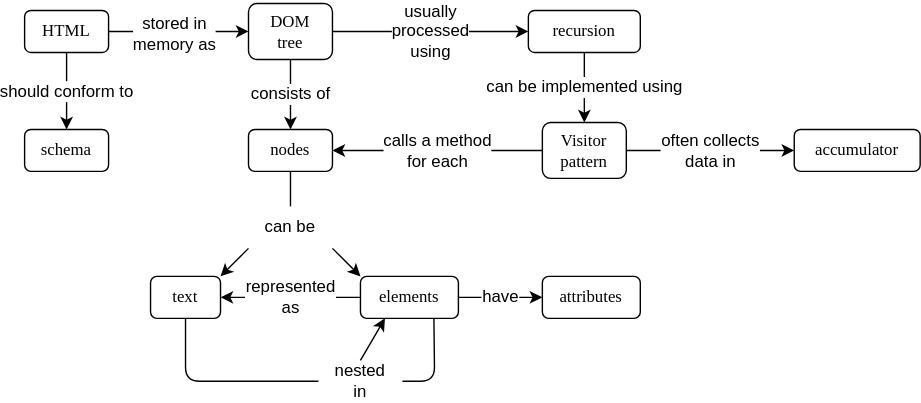
Above: docs/check/concept_map.svg in gvwilson/sdxpy (draw.io), before the change. Source tidied: cells renumbered, new cells last; positions are measured from the earlier drawing's top-left corner, leaving out a move shared by most shapes.
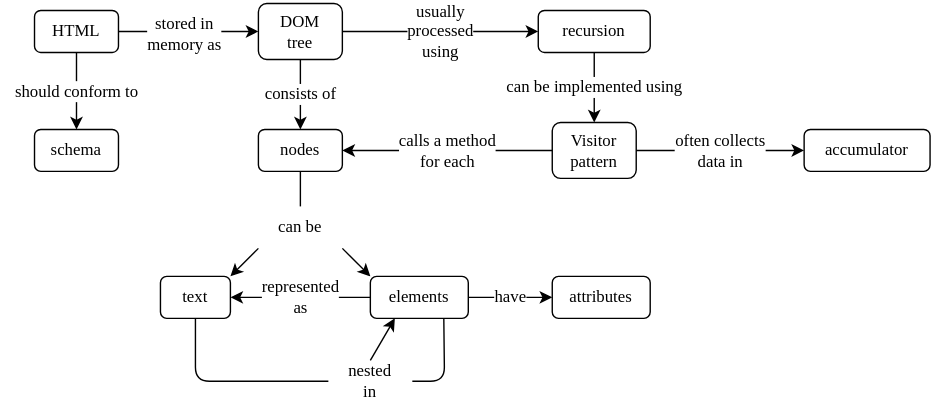
After the commit.

What changed in the source:
```diff
@@ -11,38 +11,38 @@
     <mxCell id="4" value="text" style="rounded=1;whiteSpace=wrap;html=1;fillColor=none;fontFamily=Verdana;" parent="1" vertex="1">
       <mxGeometry x="90" y="195" width="50" height="30" as="geometry" />
     </mxCell>
-    <mxCell id="5" value="can be" style="text;html=1;strokeColor=none;fillColor=none;align=center;verticalAlign=middle;whiteSpace=wrap;rounded=0;" parent="1" vertex="1">
+    <mxCell id="5" value="can be" style="text;html=1;strokeColor=none;fillColor=none;align=center;verticalAlign=middle;whiteSpace=wrap;rounded=0;fontFamily=Verdana;" parent="1" vertex="1">
       <mxGeometry x="160" y="145" width="60" height="30" as="geometry" />
     </mxCell>
-    <mxCell id="6" style="endArrow=classic;html=1;rounded=0;entryX=1;entryY=0;entryDx=0;entryDy=0;exitX=0;exitY=1;exitDx=0;exitDy=0;" parent="1" edge="1" source="5" target="4">
+    <mxCell id="6" style="endArrow=classic;html=1;rounded=0;entryX=1;entryY=0;entryDx=0;entryDy=0;exitX=0;exitY=1;exitDx=0;exitDy=0;fontFamily=Verdana;" parent="1" edge="1" source="5" target="4">
       <mxGeometry relative="1" as="geometry" />
     </mxCell>
-    <mxCell id="7" style="endArrow=classic;html=1;rounded=0;entryX=0;entryY=0;entryDx=0;entryDy=0;exitX=1;exitY=1;exitDx=0;exitDy=0;" parent="1" edge="1" source="5" target="3">
+    <mxCell id="7" style="endArrow=classic;html=1;rounded=0;entryX=0;entryY=0;entryDx=0;entryDy=0;exitX=1;exitY=1;exitDx=0;exitDy=0;fontFamily=Verdana;" parent="1" edge="1" source="5" target="3">
       <mxGeometry relative="1" as="geometry" />
     </mxCell>
-    <mxCell id="8" value="&lt;font style=&quot;font-size: 12px;&quot;&gt;represented&lt;br&gt;as&lt;/font&gt;" style="endArrow=classic;html=1;rounded=0;entryX=1;entryY=0.5;entryDx=0;entryDy=0;exitX=0;exitY=0.5;exitDx=0;exitDy=0;" parent="1" edge="1" source="3" target="4">
+    <mxCell id="8" value="&lt;font style=&quot;font-size: 12px;&quot;&gt;represented&lt;br&gt;as&lt;/font&gt;" style="endArrow=classic;html=1;rounded=0;entryX=1;entryY=0.5;entryDx=0;entryDy=0;exitX=0;exitY=0.5;exitDx=0;exitDy=0;fontFamily=Verdana;" parent="1" edge="1" source="3" target="4">
       <mxGeometry relative="1" as="geometry" />
     </mxCell>
     <mxCell id="9" value="attributes" style="rounded=1;whiteSpace=wrap;html=1;fillColor=none;fontFamily=Verdana;" parent="1" vertex="1">
       <mxGeometry x="370" y="195" width="70" height="30" as="geometry" />
     </mxCell>
-    <mxCell id="10" value="&lt;font style=&quot;font-size: 12px;&quot;&gt;have&lt;/font&gt;" style="endArrow=classic;html=1;rounded=0;entryX=0;entryY=0.5;entryDx=0;entryDy=0;exitX=1;exitY=0.5;exitDx=0;exitDy=0;" parent="1" edge="1" source="3" target="9">
+    <mxCell id="10" value="&lt;font style=&quot;font-size: 12px;&quot;&gt;have&lt;/font&gt;" style="endArrow=classic;html=1;rounded=0;entryX=0;entryY=0.5;entryDx=0;entryDy=0;exitX=1;exitY=0.5;exitDx=0;exitDy=0;fontFamily=Verdana;" parent="1" edge="1" source="3" target="9">
       <mxGeometry relative="1" as="geometry" />
     </mxCell>
-    <mxCell id="11" value="nested&lt;br&gt;in" style="text;html=1;strokeColor=none;fillColor=none;align=center;verticalAlign=middle;whiteSpace=wrap;rounded=0;" parent="1" vertex="1">
+    <mxCell id="11" value="nested&lt;br&gt;in" style="text;html=1;strokeColor=none;fillColor=none;align=center;verticalAlign=middle;whiteSpace=wrap;rounded=0;fontFamily=Verdana;" parent="1" vertex="1">
       <mxGeometry x="210" y="255" width="60" height="30" as="geometry" />
     </mxCell>
-    <mxCell id="12" style="endArrow=none;html=1;rounded=1;entryX=0;entryY=0.5;entryDx=0;entryDy=0;exitX=0.5;exitY=1;exitDx=0;exitDy=0;" parent="1" edge="1" source="4" target="11">
+    <mxCell id="12" style="endArrow=none;html=1;rounded=1;entryX=0;entryY=0.5;entryDx=0;entryDy=0;exitX=0.5;exitY=1;exitDx=0;exitDy=0;fontFamily=Verdana;" parent="1" edge="1" source="4" target="11">
       <mxGeometry relative="1" as="geometry">
         <Array as="points">
           <mxPoint x="115" y="270" />
         </Array>
       </mxGeometry>
     </mxCell>
-    <mxCell id="13" style="endArrow=classic;html=1;rounded=0;entryX=0.25;entryY=1;entryDx=0;entryDy=0;exitX=0.5;exitY=0;exitDx=0;exitDy=0;" parent="1" edge="1" source="11" target="3">
+    <mxCell id="13" style="endArrow=classic;html=1;rounded=0;entryX=0.25;entryY=1;entryDx=0;entryDy=0;exitX=0.5;exitY=0;exitDx=0;exitDy=0;fontFamily=Verdana;" parent="1" edge="1" source="11" target="3">
       <mxGeometry relative="1" as="geometry" />
     </mxCell>
-    <mxCell id="14" style="endArrow=none;html=1;rounded=1;entryX=0.75;entryY=1;entryDx=0;entryDy=0;exitX=1;exitY=0.5;exitDx=0;exitDy=0;" parent="1" edge="1" source="11" target="3">
+    <mxCell id="14" style="endArrow=none;html=1;rounded=1;entryX=0.75;entryY=1;entryDx=0;entryDy=0;exitX=1;exitY=0.5;exitDx=0;exitDy=0;fontFamily=Verdana;" parent="1" edge="1" source="11" target="3">
       <mxGeometry relative="1" as="geometry">
         <Array as="points">
           <mxPoint x="293" y="270" />
@@ -52,49 +52,49 @@
     <mxCell id="15" value="HTML" style="rounded=1;whiteSpace=wrap;html=1;fillColor=none;fontFamily=Verdana;" parent="1" vertex="1">
       <mxGeometry y="5" width="60" height="30" as="geometry" />
     </mxCell>
-    <mxCell id="16" style="endArrow=classic;html=1;rounded=0;entryX=0;entryY=0.5;entryDx=0;entryDy=0;exitX=1;exitY=0.5;exitDx=0;exitDy=0;" parent="1" edge="1" source="15" target="2">
+    <mxCell id="16" style="endArrow=classic;html=1;rounded=0;entryX=0;entryY=0.5;entryDx=0;entryDy=0;exitX=1;exitY=0.5;exitDx=0;exitDy=0;fontFamily=Verdana;" parent="1" edge="1" source="15" target="2">
       <mxGeometry relative="1" as="geometry" />
     </mxCell>
-    <mxCell id="17" value="&lt;font style=&quot;font-size: 12px;&quot;&gt;stored in&lt;br&gt;memory as&lt;br&gt;&lt;/font&gt;" style="edgeLabel;html=1;align=center;verticalAlign=middle;" parent="16" vertex="1">
+    <mxCell id="17" value="&lt;font style=&quot;font-size: 12px;&quot;&gt;stored in&lt;br&gt;memory as&lt;br&gt;&lt;/font&gt;" style="edgeLabel;html=1;align=center;verticalAlign=middle;fontFamily=Verdana;" parent="16" vertex="1">
       <mxGeometry x="-0.08" y="-1" relative="1" as="geometry" />
     </mxCell>
     <mxCell id="18" value="recursion" style="rounded=1;whiteSpace=wrap;html=1;fillColor=none;fontFamily=Verdana;" parent="1" vertex="1">
       <mxGeometry x="360" y="5" width="80" height="30" as="geometry" />
     </mxCell>
-    <mxCell id="19" style="endArrow=classic;html=1;rounded=0;entryX=0;entryY=0.5;entryDx=0;entryDy=0;exitX=1;exitY=0.5;exitDx=0;exitDy=0;" parent="1" edge="1" source="2" target="18">
+    <mxCell id="19" style="endArrow=classic;html=1;rounded=0;entryX=0;entryY=0.5;entryDx=0;entryDy=0;exitX=1;exitY=0.5;exitDx=0;exitDy=0;fontFamily=Verdana;" parent="1" edge="1" source="2" target="18">
       <mxGeometry relative="1" as="geometry" />
     </mxCell>
-    <mxCell id="20" value="&lt;font style=&quot;font-size: 12px;&quot;&gt;usually&lt;br&gt;processed&lt;br&gt;using&lt;br&gt;&lt;/font&gt;" style="edgeLabel;html=1;align=center;verticalAlign=middle;" parent="19" vertex="1">
+    <mxCell id="20" value="&lt;font style=&quot;font-size: 12px;&quot;&gt;usually&lt;br&gt;processed&lt;br&gt;using&lt;br&gt;&lt;/font&gt;" style="edgeLabel;html=1;align=center;verticalAlign=middle;fontFamily=Verdana;" parent="19" vertex="1">
       <mxGeometry x="-0.02" y="1" relative="1" as="geometry" />
     </mxCell>
     <mxCell id="21" value="Visitor&lt;br&gt;pattern" style="rounded=1;whiteSpace=wrap;html=1;fillColor=none;fontFamily=Verdana;" parent="1" vertex="1">
       <mxGeometry x="370" y="85" width="60" height="40" as="geometry" />
     </mxCell>
-    <mxCell id="22" value="&lt;span style=&quot;font-size: 12px;&quot;&gt;can be implemented using&lt;/span&gt;" style="endArrow=classic;html=1;rounded=0;entryX=0.5;entryY=0;entryDx=0;entryDy=0;exitX=0.5;exitY=1;exitDx=0;exitDy=0;" parent="1" edge="1" source="18" target="21">
+    <mxCell id="22" value="&lt;span style=&quot;font-size: 12px;&quot;&gt;can be implemented using&lt;/span&gt;" style="endArrow=classic;html=1;rounded=0;entryX=0.5;entryY=0;entryDx=0;entryDy=0;exitX=0.5;exitY=1;exitDx=0;exitDy=0;fontFamily=Verdana;" parent="1" edge="1" source="18" target="21">
       <mxGeometry relative="1" as="geometry" />
     </mxCell>
     <mxCell id="23" value="nodes" style="rounded=1;whiteSpace=wrap;html=1;fillColor=none;fontFamily=Verdana;" parent="1" vertex="1">
       <mxGeometry x="160" y="90" width="60" height="30" as="geometry" />
     </mxCell>
-    <mxCell id="24" value="&lt;font style=&quot;font-size: 12px;&quot;&gt;consists of&lt;/font&gt;" style="endArrow=classic;html=1;rounded=0;entryX=0.5;entryY=0;entryDx=0;entryDy=0;exitX=0.5;exitY=1;exitDx=0;exitDy=0;" parent="1" edge="1" source="2" target="23">
+    <mxCell id="24" value="&lt;font style=&quot;font-size: 12px;&quot;&gt;consists of&lt;/font&gt;" style="endArrow=classic;html=1;rounded=0;entryX=0.5;entryY=0;entryDx=0;entryDy=0;exitX=0.5;exitY=1;exitDx=0;exitDy=0;fontFamily=Verdana;" parent="1" edge="1" source="2" target="23">
       <mxGeometry relative="1" as="geometry" />
     </mxCell>
-    <mxCell id="25" style="endArrow=none;html=1;rounded=0;entryX=0.5;entryY=0;entryDx=0;entryDy=0;exitX=0.5;exitY=1;exitDx=0;exitDy=0;" parent="1" edge="1" source="23" target="5">
+    <mxCell id="25" style="endArrow=none;html=1;rounded=0;entryX=0.5;entryY=0;entryDx=0;entryDy=0;exitX=0.5;exitY=1;exitDx=0;exitDy=0;fontFamily=Verdana;" parent="1" edge="1" source="23" target="5">
       <mxGeometry relative="1" as="geometry" />
     </mxCell>
-    <mxCell id="26" value="&lt;font style=&quot;font-size: 12px;&quot;&gt;calls a method&lt;br&gt;for each&lt;br&gt;&lt;/font&gt;" style="endArrow=classic;html=1;rounded=0;exitX=0;exitY=0.5;exitDx=0;exitDy=0;entryX=1;entryY=0.5;entryDx=0;entryDy=0;" parent="1" edge="1" source="21" target="23">
+    <mxCell id="26" value="&lt;font style=&quot;font-size: 12px;&quot;&gt;calls a method&lt;br&gt;for each&lt;br&gt;&lt;/font&gt;" style="endArrow=classic;html=1;rounded=0;exitX=0;exitY=0.5;exitDx=0;exitDy=0;entryX=1;entryY=0.5;entryDx=0;entryDy=0;fontFamily=Verdana;" parent="1" edge="1" source="21" target="23">
       <mxGeometry relative="1" as="geometry" />
     </mxCell>
     <mxCell id="27" value="schema" style="rounded=1;whiteSpace=wrap;html=1;fillColor=none;fontFamily=Verdana;" parent="1" vertex="1">
       <mxGeometry y="90" width="60" height="30" as="geometry" />
     </mxCell>
-    <mxCell id="28" value="&lt;font style=&quot;font-size: 12px;&quot;&gt;should conform to&lt;/font&gt;" style="endArrow=classic;html=1;rounded=0;exitX=0.5;exitY=1;exitDx=0;exitDy=0;entryX=0.5;entryY=0;entryDx=0;entryDy=0;" parent="1" edge="1" source="15" target="27">
+    <mxCell id="28" value="&lt;font style=&quot;font-size: 12px;&quot;&gt;should conform to&lt;/font&gt;" style="endArrow=classic;html=1;rounded=0;exitX=0.5;exitY=1;exitDx=0;exitDy=0;entryX=0.5;entryY=0;entryDx=0;entryDy=0;fontFamily=Verdana;" parent="1" edge="1" source="15" target="27">
       <mxGeometry relative="1" as="geometry" />
     </mxCell>
     <mxCell id="29" value="accumulator" style="rounded=1;whiteSpace=wrap;html=1;fillColor=none;fontFamily=Verdana;" parent="1" vertex="1">
       <mxGeometry x="550" y="90" width="90" height="30" as="geometry" />
     </mxCell>
-    <mxCell id="30" value="&lt;font style=&quot;font-size: 12px;&quot;&gt;often collects&lt;br&gt;data in&lt;/font&gt;" style="endArrow=classic;html=1;rounded=0;entryX=0;entryY=0.5;entryDx=0;entryDy=0;exitX=1;exitY=0.5;exitDx=0;exitDy=0;" parent="1" edge="1" source="21" target="29">
+    <mxCell id="30" value="&lt;font style=&quot;font-size: 12px;&quot;&gt;often collects&lt;br&gt;data in&lt;/font&gt;" style="endArrow=classic;html=1;rounded=0;entryX=0;entryY=0.5;entryDx=0;entryDy=0;exitX=1;exitY=0.5;exitDx=0;exitDy=0;fontFamily=Verdana;" parent="1" edge="1" source="21" target="29">
       <mxGeometry relative="1" as="geometry" />
     </mxCell>
   </root>
```
